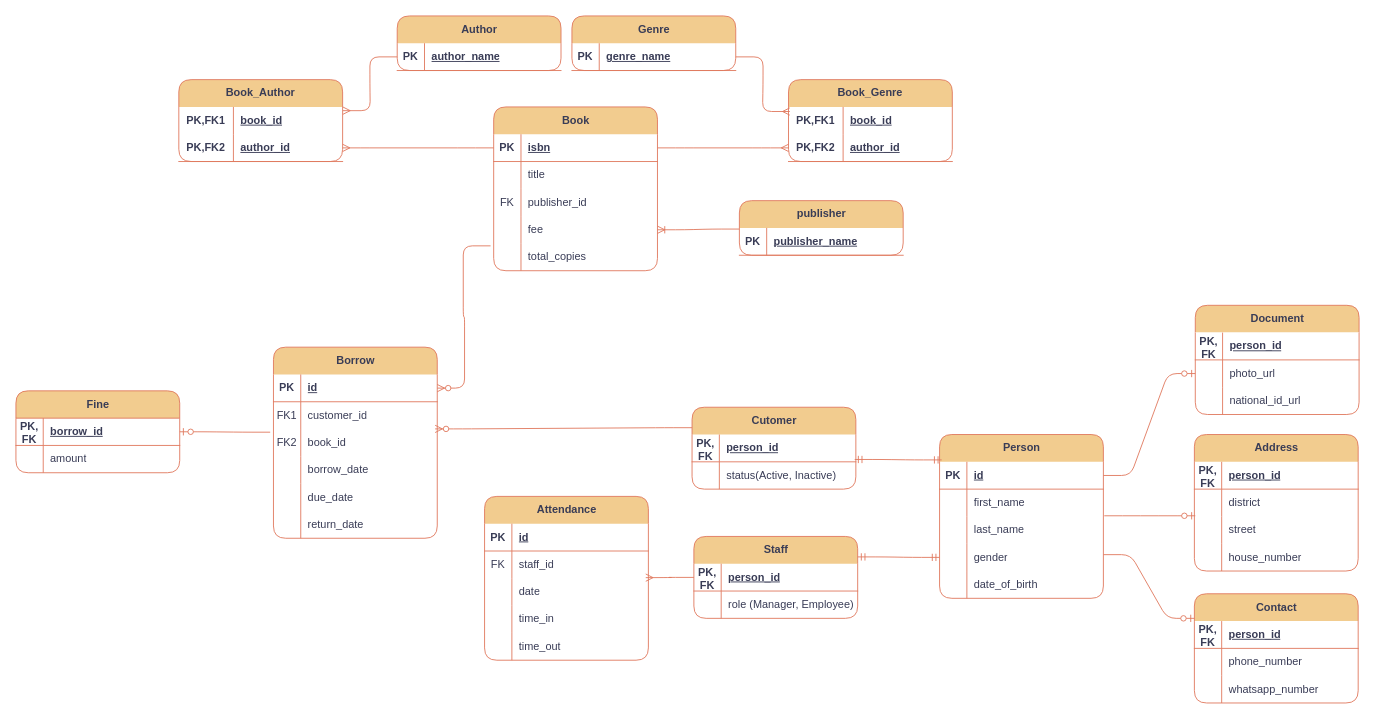
This is Library Database System/ERD_Files/ERD.drawio from reza720/database-projects-collection, a draw.io file, before an edit. Source tidied: cells renumbered, new cells numbered last; positions are measured from the earlier drawing's top-left corner, leaving out a move shared by most shapes. Both pictures are drawn from the tidied source at 91%, with x=0, y=0 at pixel (15, 15).
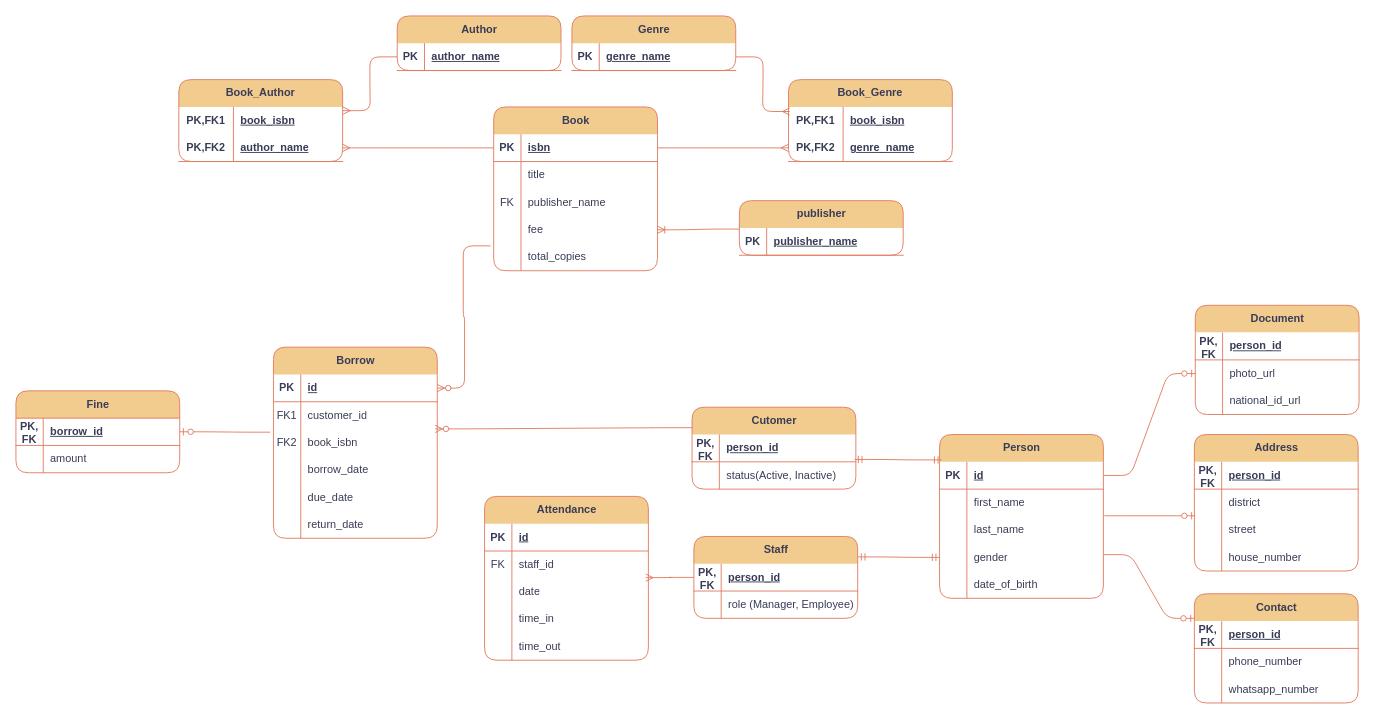
The same diagram, later.

Unchanged cells that the change refers to:
```xml
<mxCell id="106" style="shape=tableRow;horizontal=0;startSize=0;swimlaneHead=0;swimlaneBody=0;fillColor=none;top=0;left=0;right=0;bottom=0;rounded=1;labelBackgroundColor=none;strokeColor=#E07A5F;fontColor=#393C56;swimlaneLine=0;" parent="99" vertex="1">
  <mxGeometry y="90" width="180" height="30" as="geometry" />
</mxCell>
<mxCell id="117" style="shape=tableRow;horizontal=0;startSize=0;swimlaneHead=0;swimlaneBody=0;fillColor=none;top=0;left=0;right=0;bottom=0;html=1;rounded=1;labelBackgroundColor=none;strokeColor=#E07A5F;fontColor=#393C56;swimlaneLine=0;" parent="116" vertex="1">
  <mxGeometry y="30" width="180" height="30" as="geometry" />
</mxCell>
<mxCell id="120" style="shape=tableRow;horizontal=0;startSize=0;swimlaneHead=0;swimlaneBody=0;fillColor=none;points=[[0,0.5],[1,0.5]];portConstraint=eastwest;top=0;left=0;right=0;bottom=1;html=1;rounded=1;labelBackgroundColor=none;strokeColor=#E07A5F;fontColor=#393C56;swimlaneLine=0;" parent="116" vertex="1">
  <mxGeometry y="60" width="180" height="30" as="geometry" />
</mxCell>
<mxCell id="124" style="shape=tableRow;horizontal=0;startSize=0;swimlaneHead=0;swimlaneBody=0;fillColor=none;points=[[0,0.5],[1,0.5]];portConstraint=eastwest;top=0;left=0;right=0;bottom=0;html=1;rounded=1;labelBackgroundColor=none;strokeColor=#E07A5F;fontColor=#393C56;swimlaneLine=0;" parent="123" vertex="1">
  <mxGeometry y="30" width="180" height="30" as="geometry" />
</mxCell>
<mxCell id="127" style="shape=tableRow;horizontal=0;startSize=0;swimlaneHead=0;swimlaneBody=0;fillColor=none;points=[[0,0.5],[1,0.5]];portConstraint=eastwest;top=0;left=0;right=0;bottom=1;html=1;rounded=1;labelBackgroundColor=none;strokeColor=#E07A5F;fontColor=#393C56;swimlaneLine=0;" parent="123" vertex="1">
  <mxGeometry y="60" width="180" height="30" as="geometry" />
</mxCell>
<mxCell id="141" style="shape=tableRow;horizontal=0;startSize=0;swimlaneHead=0;swimlaneBody=0;fillColor=none;points=[[0,0.5],[1,0.5]];portConstraint=eastwest;top=0;left=0;right=0;bottom=0;rounded=1;labelBackgroundColor=none;strokeColor=#E07A5F;fontColor=#393C56;swimlaneLine=0;" parent="134" vertex="1">
  <mxGeometry y="90" width="180" height="30" as="geometry" />
</mxCell>
```

Change to the diagram source:
```diff
@@
-    <mxCell id="108" value="publisher_id" style="shape=partialRectangle;fillColor=none;top=0;left=0;bottom=0;right=0;align=left;spacingLeft=6;overflow=hidden;whiteSpace=wrap;html=1;rounded=1;labelBackgroundColor=none;strokeColor=#E07A5F;fontColor=#393C56;swimlaneLine=0;" parent="106" vertex="1">
+    <mxCell id="108" value="publisher_name" style="shape=partialRectangle;fillColor=none;top=0;left=0;bottom=0;right=0;align=left;spacingLeft=6;overflow=hidden;whiteSpace=wrap;html=1;rounded=1;labelBackgroundColor=none;strokeColor=#E07A5F;fontColor=#393C56;swimlaneLine=0;" parent="106" vertex="1">
       <mxGeometry x="30" width="150" height="30" as="geometry" />
     </mxCell>
@@
-    <mxCell id="119" value="book_id" style="shape=partialRectangle;fillColor=none;top=0;left=0;bottom=0;right=0;align=left;spacingLeft=6;fontStyle=5;overflow=hidden;html=1;whiteSpace=wrap;rounded=1;labelBackgroundColor=none;strokeColor=#E07A5F;fontColor=#393C56;swimlaneLine=0;" parent="117" vertex="1">
+    <mxCell id="119" value="book_isbn" style="shape=partialRectangle;fillColor=none;top=0;left=0;bottom=0;right=0;align=left;spacingLeft=6;fontStyle=5;overflow=hidden;html=1;whiteSpace=wrap;rounded=1;labelBackgroundColor=none;strokeColor=#E07A5F;fontColor=#393C56;swimlaneLine=0;" parent="117" vertex="1">
       <mxGeometry x="60" width="120" height="30" as="geometry" />
     </mxCell>
@@
-    <mxCell id="122" value="author_id" style="shape=partialRectangle;fillColor=none;top=0;left=0;bottom=0;right=0;align=left;spacingLeft=6;fontStyle=5;overflow=hidden;html=1;whiteSpace=wrap;rounded=1;labelBackgroundColor=none;strokeColor=#E07A5F;fontColor=#393C56;swimlaneLine=0;" parent="120" vertex="1">
+    <mxCell id="122" value="author_name" style="shape=partialRectangle;fillColor=none;top=0;left=0;bottom=0;right=0;align=left;spacingLeft=6;fontStyle=5;overflow=hidden;html=1;whiteSpace=wrap;rounded=1;labelBackgroundColor=none;strokeColor=#E07A5F;fontColor=#393C56;swimlaneLine=0;" parent="120" vertex="1">
       <mxGeometry x="60" width="120" height="30" as="geometry" />
     </mxCell>
@@
-    <mxCell id="126" value="book_id" style="shape=partialRectangle;fillColor=none;top=0;left=0;bottom=0;right=0;align=left;spacingLeft=6;fontStyle=5;overflow=hidden;html=1;whiteSpace=wrap;rounded=1;labelBackgroundColor=none;strokeColor=#E07A5F;fontColor=#393C56;swimlaneLine=0;" parent="124" vertex="1">
+    <mxCell id="126" value="book_isbn" style="shape=partialRectangle;fillColor=none;top=0;left=0;bottom=0;right=0;align=left;spacingLeft=6;fontStyle=5;overflow=hidden;html=1;whiteSpace=wrap;rounded=1;labelBackgroundColor=none;strokeColor=#E07A5F;fontColor=#393C56;swimlaneLine=0;" parent="124" vertex="1">
       <mxGeometry x="60" width="120" height="30" as="geometry" />
     </mxCell>
@@
-    <mxCell id="129" value="author_id" style="shape=partialRectangle;fillColor=none;top=0;left=0;bottom=0;right=0;align=left;spacingLeft=6;fontStyle=5;overflow=hidden;html=1;whiteSpace=wrap;rounded=1;labelBackgroundColor=none;strokeColor=#E07A5F;fontColor=#393C56;swimlaneLine=0;" parent="127" vertex="1">
+    <mxCell id="129" value="genre_name" style="shape=partialRectangle;fillColor=none;top=0;left=0;bottom=0;right=0;align=left;spacingLeft=6;fontStyle=5;overflow=hidden;html=1;whiteSpace=wrap;rounded=1;labelBackgroundColor=none;strokeColor=#E07A5F;fontColor=#393C56;swimlaneLine=0;" parent="127" vertex="1">
       <mxGeometry x="60" width="120" height="30" as="geometry" />
     </mxCell>
@@
-    <mxCell id="143" value="book_id" style="shape=partialRectangle;fillColor=none;top=0;left=0;bottom=0;right=0;align=left;spacingLeft=6;overflow=hidden;whiteSpace=wrap;html=1;rounded=1;labelBackgroundColor=none;strokeColor=#E07A5F;fontColor=#393C56;swimlaneLine=0;" parent="141" vertex="1">
+    <mxCell id="143" value="book_isbn" style="shape=partialRectangle;fillColor=none;top=0;left=0;bottom=0;right=0;align=left;spacingLeft=6;overflow=hidden;whiteSpace=wrap;html=1;rounded=1;labelBackgroundColor=none;strokeColor=#E07A5F;fontColor=#393C56;swimlaneLine=0;" parent="141" vertex="1">
       <mxGeometry x="30" width="150" height="30" as="geometry" />
     </mxCell>
```
